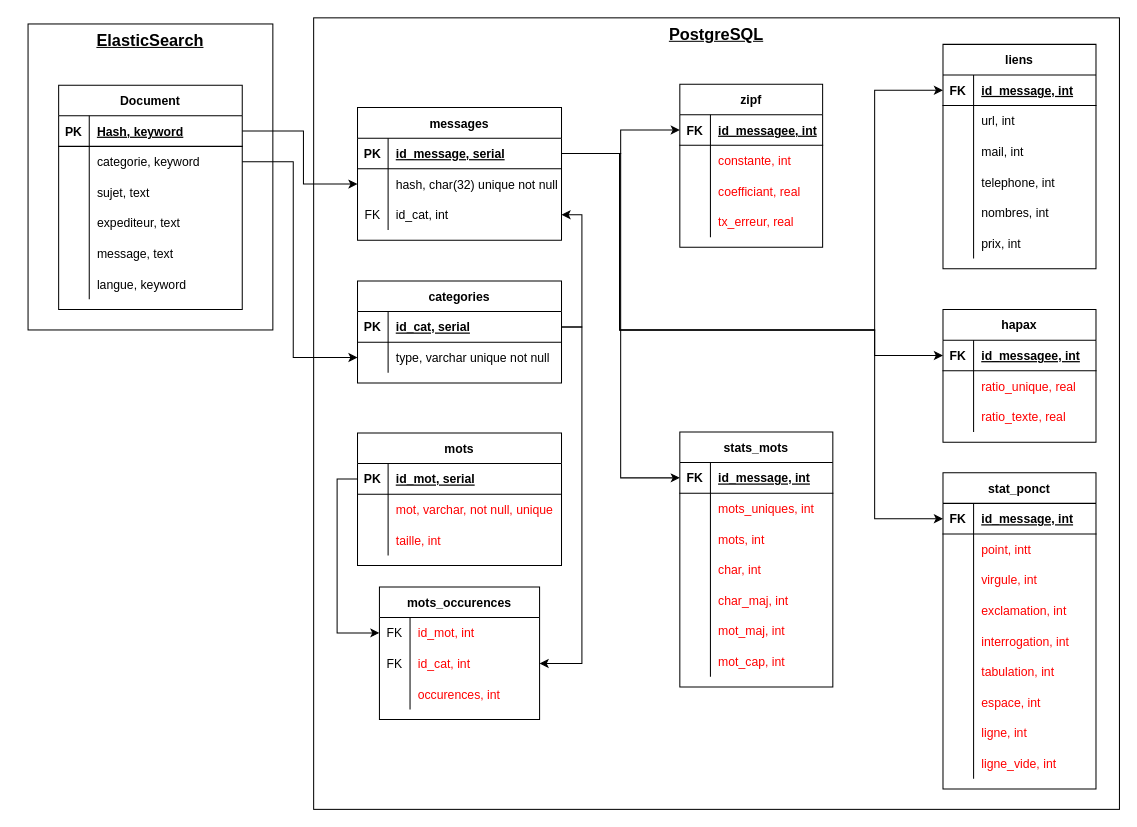
This is 03_Rapport/Schéma/Bdd_phase1.drawio from peredur0/mercury, a draw.io file, before an edit. Source tidied: cells renumbered, new cells numbered last; positions are measured from the earlier drawing's top-left corner, leaving out a move shared by most shapes. Both pictures are drawn from the tidied source at 102%, with x=0, y=0 at pixel (28, 17).
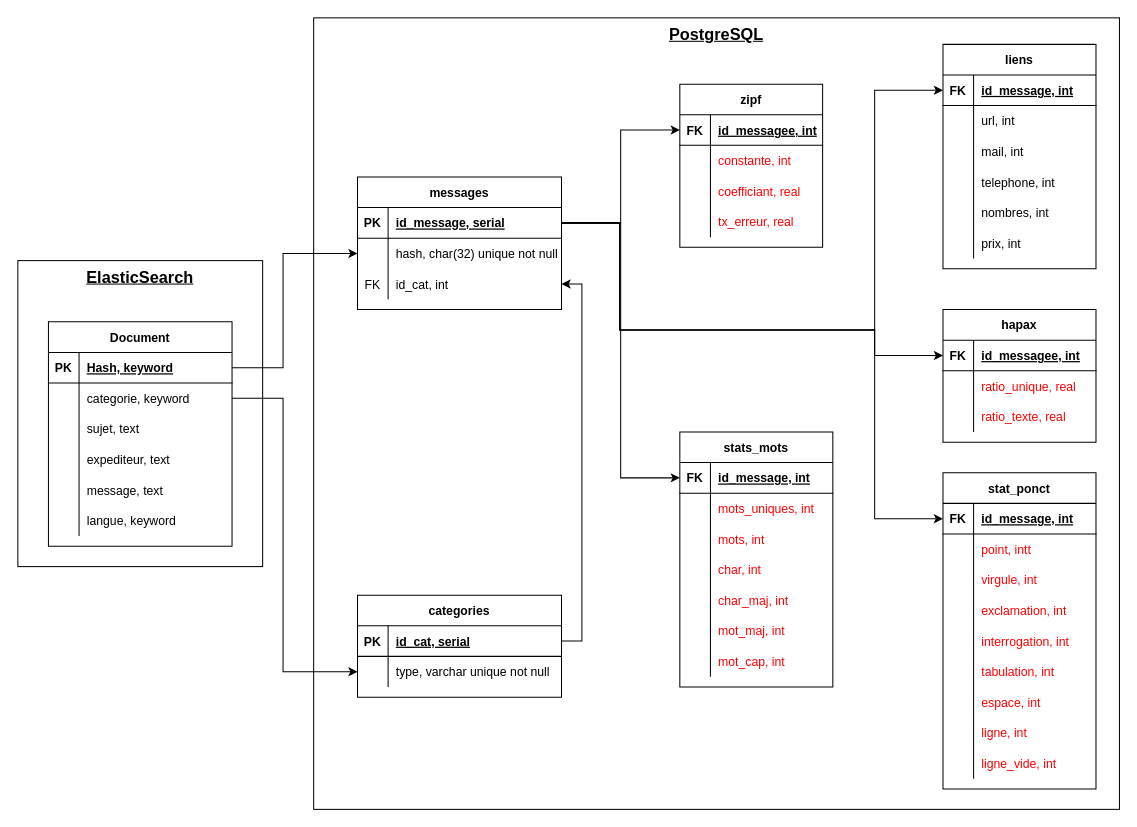
Above is the later version.

The change refers to these unchanged cells:
```xml
<mxCell id="5" style="shape=tableRow;horizontal=0;startSize=0;swimlaneHead=0;swimlaneBody=0;fillColor=none;points=[[0,0.5],[1,0.5]];portConstraint=eastwest;top=0;left=0;right=0;bottom=1;" parent="4" vertex="1">
  <mxGeometry y="30" width="180" height="30" as="geometry" />
</mxCell>
<mxCell id="8" style="shape=tableRow;horizontal=0;startSize=0;swimlaneHead=0;swimlaneBody=0;fillColor=none;points=[[0,0.5],[1,0.5]];portConstraint=eastwest;top=0;left=0;right=0;bottom=0;" parent="4" vertex="1">
  <mxGeometry y="60" width="180" height="30" as="geometry" />
</mxCell>
<mxCell id="25" style="shape=tableRow;horizontal=0;startSize=0;swimlaneHead=0;swimlaneBody=0;fillColor=none;points=[[0,0.5],[1,0.5]];portConstraint=eastwest;top=0;left=0;right=0;bottom=1;" parent="24" vertex="1">
  <mxGeometry y="30" width="200" height="30" as="geometry" />
</mxCell>
<mxCell id="28" style="shape=tableRow;horizontal=0;startSize=0;swimlaneHead=0;swimlaneBody=0;fillColor=none;points=[[0,0.5],[1,0.5]];portConstraint=eastwest;top=0;left=0;right=0;bottom=0;" parent="24" vertex="1">
  <mxGeometry y="60" width="200" height="30" as="geometry" />
</mxCell>
<mxCell id="57" style="shape=tableRow;horizontal=0;startSize=0;swimlaneHead=0;swimlaneBody=0;fillColor=none;points=[[0,0.5],[1,0.5]];portConstraint=eastwest;top=0;left=0;right=0;bottom=1;" parent="56" vertex="1">
  <mxGeometry y="30" width="150" height="30" as="geometry" />
</mxCell>
<mxCell id="98" style="shape=tableRow;horizontal=0;startSize=0;swimlaneHead=0;swimlaneBody=0;fillColor=none;points=[[0,0.5],[1,0.5]];portConstraint=eastwest;top=0;left=0;right=0;bottom=1;" parent="97" vertex="1">
  <mxGeometry y="30" width="150" height="30" as="geometry" />
</mxCell>
<mxCell id="108" style="shape=tableRow;horizontal=0;startSize=0;swimlaneHead=0;swimlaneBody=0;fillColor=none;points=[[0,0.5],[1,0.5]];portConstraint=eastwest;top=0;left=0;right=0;bottom=1;" parent="107" vertex="1">
  <mxGeometry y="30" width="200" height="30" as="geometry" />
</mxCell>
<mxCell id="111" style="shape=tableRow;horizontal=0;startSize=0;swimlaneHead=0;swimlaneBody=0;fillColor=none;points=[[0,0.5],[1,0.5]];portConstraint=eastwest;top=0;left=0;right=0;bottom=0;" parent="107" vertex="1">
  <mxGeometry y="60" width="200" height="30" as="geometry" />
</mxCell>
<mxCell id="115" style="shape=tableRow;horizontal=0;startSize=0;swimlaneHead=0;swimlaneBody=0;fillColor=none;points=[[0,0.5],[1,0.5]];portConstraint=eastwest;top=0;left=0;right=0;bottom=1;" parent="114" vertex="1">
  <mxGeometry y="30" width="150" height="30" as="geometry" />
</mxCell>
```

The edit, as a diff of the source:
```diff
@@
     <mxCell id="3" value="&lt;b&gt;&lt;u&gt;&lt;font style=&quot;font-size: 16px;&quot;&gt;ElasticSearch&lt;/font&gt;&lt;/u&gt;&lt;/b&gt;" style="whiteSpace=wrap;html=1;align=center;verticalAlign=top;" parent="1" vertex="1">
-      <mxGeometry y="6" width="240" height="300" as="geometry" />
+      <mxGeometry x="-10" y="238" width="240" height="300" as="geometry" />
     </mxCell>
     <mxCell id="4" value="Document" style="shape=table;startSize=30;childLayout=tableLayout;rowLines=0;fontStyle=1;align=center;" parent="1" vertex="1">
-      <mxGeometry x="30" y="66" width="180" height="220" as="geometry" />
+      <mxGeometry x="20" y="298" width="180" height="220" as="geometry" />
     </mxCell>
@@
     <mxCell id="23" style="shape=tableRow;horizontal=0;startSize=0;swimlaneHead=0;swimlaneBody=0;fillColor=none;top=0;left=0;right=0;bottom=0;" parent="1" vertex="1">
-      <mxGeometry x="30" y="216" width="180" height="30" as="geometry" />
+      <mxGeometry x="20" y="448" width="180" height="30" as="geometry" />
     </mxCell>
     <mxCell id="24" value="messages" style="shape=table;startSize=30;childLayout=tableLayout;rowLines=0;fontStyle=1;align=center;" parent="1" vertex="1">
-      <mxGeometry x="323" y="88" width="200" height="130" as="geometry" />
+      <mxGeometry x="323" y="156" width="200" height="130" as="geometry" />
     </mxCell>
@@
     <mxCell id="107" value="categories" style="shape=table;startSize=30;childLayout=tableLayout;rowLines=0;fontStyle=1;align=center;" parent="1" vertex="1">
-      <mxGeometry x="323" y="258" width="200" height="100" as="geometry" />
+      <mxGeometry x="323" y="566" width="200" height="100" as="geometry" />
     </mxCell>
@@
     <mxCell id="134" style="edgeStyle=orthogonalEdgeStyle;rounded=0;jettySize=auto;html=1;exitX=1;exitY=0.5;exitDx=0;exitDy=0;entryX=0;entryY=0.5;entryDx=0;entryDy=0;" parent="1" edge="1" source="5" target="28">
       <mxGeometry relative="1" as="geometry">
         <Array as="points">
-          <mxPoint x="270" y="111" />
-          <mxPoint x="270" y="163" />
+          <mxPoint x="250" y="343" />
+          <mxPoint x="250" y="231" />
         </Array>
       </mxGeometry>
     </mxCell>
-    <mxCell id="135" value="mots" style="shape=table;startSize=30;childLayout=tableLayout;rowLines=0;fontStyle=1;align=center;" parent="1" vertex="1">
-      <mxGeometry x="323" y="407" width="200" height="130" as="geometry" />
-    </mxCell>
-    <mxCell id="136" style="shape=tableRow;horizontal=0;startSize=0;swimlaneHead=0;swimlaneBody=0;fillColor=none;points=[[0,0.5],[1,0.5]];portConstraint=eastwest;top=0;left=0;right=0;bottom=1;" parent="135" vertex="1">
-      <mxGeometry y="30" width="200" height="30" as="geometry" />
-    </mxCell>
-    <mxCell id="137" value="PK" style="shape=partialRectangle;fillColor=none;top=0;left=0;bottom=0;right=0;fontStyle=1;overflow=hidden;" parent="136" vertex="1">
-      <mxGeometry width="30" height="30" as="geometry" />
-    </mxCell>
-    <mxCell id="138" value="id_mot, serial" style="shape=partialRectangle;fillColor=none;top=0;left=0;bottom=0;right=0;align=left;spacingLeft=6;fontStyle=5;overflow=hidden;" parent="136" vertex="1">
-      <mxGeometry x="30" width="170" height="30" as="geometry" />
-    </mxCell>
-    <mxCell id="139" style="shape=tableRow;horizontal=0;startSize=0;swimlaneHead=0;swimlaneBody=0;fillColor=none;top=0;left=0;right=0;bottom=0;" parent="135" vertex="1">
-      <mxGeometry y="60" width="200" height="30" as="geometry" />
-    </mxCell>
-    <mxCell id="140" style="shape=partialRectangle;fillColor=none;top=0;left=0;bottom=0;right=0;overflow=hidden;" parent="139" vertex="1">
-      <mxGeometry width="30" height="30" as="geometry" />
-    </mxCell>
-    <mxCell id="141" value="mot, varchar, not null, unique" style="shape=partialRectangle;fillColor=none;top=0;left=0;bottom=0;right=0;align=left;spacingLeft=6;overflow=hidden;fontColor=#FF0000;" parent="139" vertex="1">
-      <mxGeometry x="30" width="170" height="30" as="geometry" />
-    </mxCell>
-    <mxCell id="142" style="shape=tableRow;horizontal=0;startSize=0;swimlaneHead=0;swimlaneBody=0;fillColor=none;top=0;left=0;right=0;bottom=0;" parent="135" vertex="1">
-      <mxGeometry y="90" width="200" height="30" as="geometry" />
-    </mxCell>
-    <mxCell id="143" style="shape=partialRectangle;fillColor=none;top=0;left=0;bottom=0;right=0;overflow=hidden;" parent="142" vertex="1">
-      <mxGeometry width="30" height="30" as="geometry" />
-    </mxCell>
-    <mxCell id="144" value="taille, int" style="shape=partialRectangle;fillColor=none;top=0;left=0;bottom=0;right=0;align=left;spacingLeft=6;overflow=hidden;fontColor=#FF0000;" parent="142" vertex="1">
-      <mxGeometry x="30" width="170" height="30" as="geometry" />
-    </mxCell>
-    <mxCell id="145" value="mots_occurences" style="shape=table;startSize=30;childLayout=tableLayout;rowLines=0;fontStyle=1;align=center;" parent="1" vertex="1">
-      <mxGeometry x="344.5" y="558" width="157" height="130" as="geometry" />
-    </mxCell>
-    <mxCell id="146" style="shape=tableRow;horizontal=0;startSize=0;swimlaneHead=0;swimlaneBody=0;fillColor=none;points=[[0,0.5],[1,0.5]];portConstraint=eastwest;top=0;left=0;right=0;bottom=0;" parent="145" vertex="1">
-      <mxGeometry y="30" width="157" height="30" as="geometry" />
-    </mxCell>
-    <mxCell id="147" value="FK" style="shape=partialRectangle;fillColor=none;top=0;left=0;bottom=0;right=0;overflow=hidden;" parent="146" vertex="1">
-      <mxGeometry width="30" height="30" as="geometry" />
-    </mxCell>
-    <mxCell id="148" value="id_mot, int" style="shape=partialRectangle;fillColor=none;top=0;left=0;bottom=0;right=0;align=left;spacingLeft=6;overflow=hidden;fontColor=#FF0000;" parent="146" vertex="1">
-      <mxGeometry x="30" width="127" height="30" as="geometry" />
-    </mxCell>
-    <mxCell id="149" style="shape=tableRow;horizontal=0;startSize=0;swimlaneHead=0;swimlaneBody=0;fillColor=none;points=[[0,0.5],[1,0.5]];portConstraint=eastwest;top=0;left=0;right=0;bottom=0;" parent="145" vertex="1">
-      <mxGeometry y="60" width="157" height="30" as="geometry" />
-    </mxCell>
-    <mxCell id="150" value="FK" style="shape=partialRectangle;fillColor=none;top=0;left=0;bottom=0;right=0;overflow=hidden;" parent="149" vertex="1">
-      <mxGeometry width="30" height="30" as="geometry" />
-    </mxCell>
-    <mxCell id="151" value="id_cat, int" style="shape=partialRectangle;fillColor=none;top=0;left=0;bottom=0;right=0;align=left;spacingLeft=6;overflow=hidden;fontColor=#FF0000;" parent="149" vertex="1">
-      <mxGeometry x="30" width="127" height="30" as="geometry" />
-    </mxCell>
-    <mxCell id="152" style="shape=tableRow;horizontal=0;startSize=0;swimlaneHead=0;swimlaneBody=0;fillColor=none;top=0;left=0;right=0;bottom=0;" parent="145" vertex="1">
-      <mxGeometry y="90" width="157" height="30" as="geometry" />
-    </mxCell>
-    <mxCell id="153" style="shape=partialRectangle;fillColor=none;top=0;left=0;bottom=0;right=0;overflow=hidden;" parent="152" vertex="1">
-      <mxGeometry width="30" height="30" as="geometry" />
-    </mxCell>
-    <mxCell id="154" value="occurences, int" style="shape=partialRectangle;fillColor=none;top=0;left=0;bottom=0;right=0;align=left;spacingLeft=6;overflow=hidden;fontColor=#FF0000;" parent="152" vertex="1">
-      <mxGeometry x="30" width="127" height="30" as="geometry" />
-    </mxCell>
-    <mxCell id="155" style="edgeStyle=orthogonalEdgeStyle;rounded=0;jettySize=auto;html=1;exitX=1;exitY=0.5;exitDx=0;exitDy=0;entryX=1;entryY=0.5;entryDx=0;entryDy=0;fontSize=16;fontColor=#FF0000;" parent="1" edge="1" source="108" target="149">
-      <mxGeometry relative="1" as="geometry" />
-    </mxCell>
     <mxCell id="156" style="edgeStyle=orthogonalEdgeStyle;rounded=0;jettySize=auto;html=1;exitX=1;exitY=0.5;exitDx=0;exitDy=0;entryX=0;entryY=0.5;entryDx=0;entryDy=0;fontSize=16;fontColor=#FF0000;" parent="1" edge="1" source="8" target="111">
       <mxGeometry relative="1" as="geometry">
         <Array as="points">
-          <mxPoint x="260" y="141" />
-          <mxPoint x="260" y="333" />
+          <mxPoint x="250" y="373" />
+          <mxPoint x="250" y="641" />
         </Array>
       </mxGeometry>
     </mxCell>
-    <mxCell id="157" style="edgeStyle=orthogonalEdgeStyle;rounded=0;jettySize=auto;html=1;exitX=0;exitY=0.5;exitDx=0;exitDy=0;entryX=0;entryY=0.5;entryDx=0;entryDy=0;fontSize=16;fontColor=#FF0000;" parent="1" edge="1" source="136" target="146">
-      <mxGeometry relative="1" as="geometry" />
-    </mxCell>
@@
     <mxCell id="159" style="edgeStyle=orthogonalEdgeStyle;rounded=0;jettySize=auto;html=1;exitX=1;exitY=0.5;exitDx=0;exitDy=0;entryX=0;entryY=0.5;entryDx=0;entryDy=0;fontSize=16;fontColor=#FF0000;" parent="1" edge="1" source="25" target="115">
       <mxGeometry relative="1" as="geometry">
         <Array as="points">
-          <mxPoint x="580" y="133" />
+          <mxPoint x="580" y="201" />
           <mxPoint x="580" y="306" />
           <mxPoint x="830" y="306" />
           <mxPoint x="830" y="71" />
         </Array>
       </mxGeometry>
     </mxCell>
     <mxCell id="160" style="edgeStyle=orthogonalEdgeStyle;rounded=0;jettySize=auto;html=1;exitX=1;exitY=0.5;exitDx=0;exitDy=0;entryX=0;entryY=0.5;entryDx=0;entryDy=0;fontSize=16;fontColor=#FF0000;" parent="1" edge="1" source="25" target="98">
       <mxGeometry relative="1" as="geometry">
         <Array as="points">
-          <mxPoint x="580" y="133" />
+          <mxPoint x="580" y="201" />
           <mxPoint x="580" y="306" />
           <mxPoint x="830" y="306" />
           <mxPoint x="830" y="331" />
         </Array>
       </mxGeometry>
     </mxCell>
@@
     <mxCell id="162" style="edgeStyle=orthogonalEdgeStyle;rounded=0;jettySize=auto;html=1;exitX=1;exitY=0.5;exitDx=0;exitDy=0;entryX=0;entryY=0.5;entryDx=0;entryDy=0;fontSize=16;fontColor=#FF0000;" parent="1" edge="1" source="25" target="57">
       <mxGeometry relative="1" as="geometry">
         <Array as="points">
-          <mxPoint x="580" y="133" />
+          <mxPoint x="580" y="201" />
           <mxPoint x="580" y="306" />
           <mxPoint x="830" y="306" />
           <mxPoint x="830" y="491" />
         </Array>
       </mxGeometry>
     </mxCell>
```
